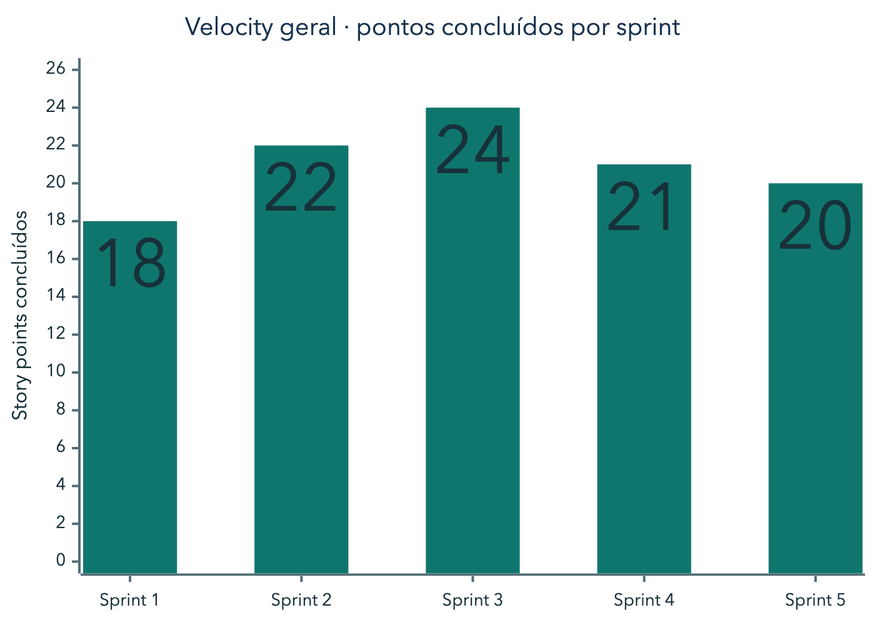
Above: docs/reports-oficial/assets/mermaid-rendered/velocity-geral.png in Alex202200037/OptiDrive (Mermaid), before the change. Its source is kept beside it as docs/reports-oficial/assets/mermaid-source/velocity-geral.mmd.
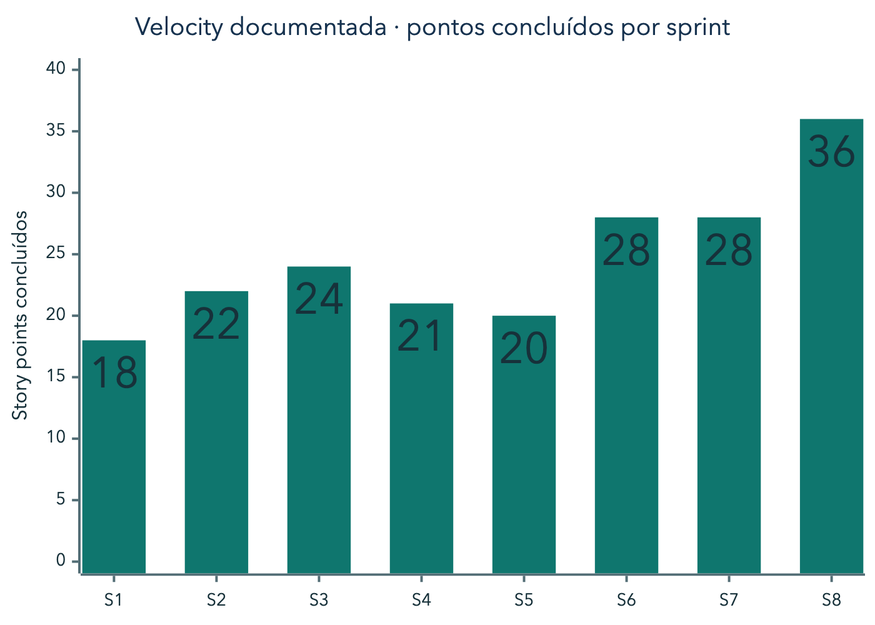
After the commit.

Change to the diagram source:
```diff
@@ -1,5 +1,5 @@
 xychart-beta
-    title "Velocity geral · pontos concluídos por sprint"
-    x-axis ["Sprint 1", "Sprint 2", "Sprint 3", "Sprint 4", "Sprint 5"]
-    y-axis "Story points concluídos" 0 --> 26
-    bar [18, 22, 24, 21, 20]
+    title "Velocity documentada · pontos concluídos por sprint"
+    x-axis ["S1", "S2", "S3", "S4", "S5", "S6", "S7", "S8"]
+    y-axis "Story points concluídos" 0 --> 40
+    bar [18, 22, 24, 21, 20, 28, 28, 36]
```
